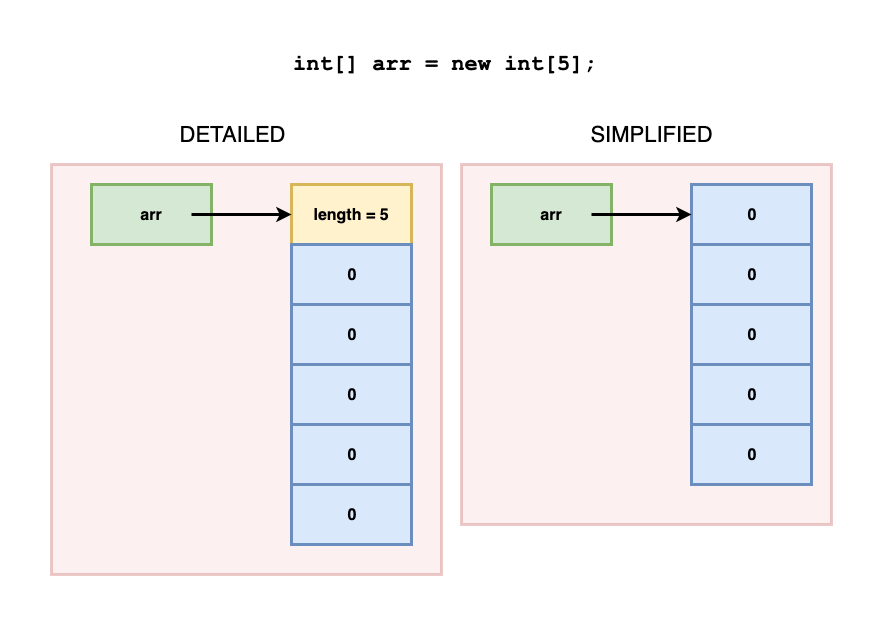
Above: assets/images/intArray.png in SoftwareTechnologyMQ/SoftwareTechnologyMQ.github.io (draw.io), before the change. Source tidied: cells renumbered, new cells last; positions are measured from the earlier drawing's top-left corner, leaving out a move shared by most shapes.
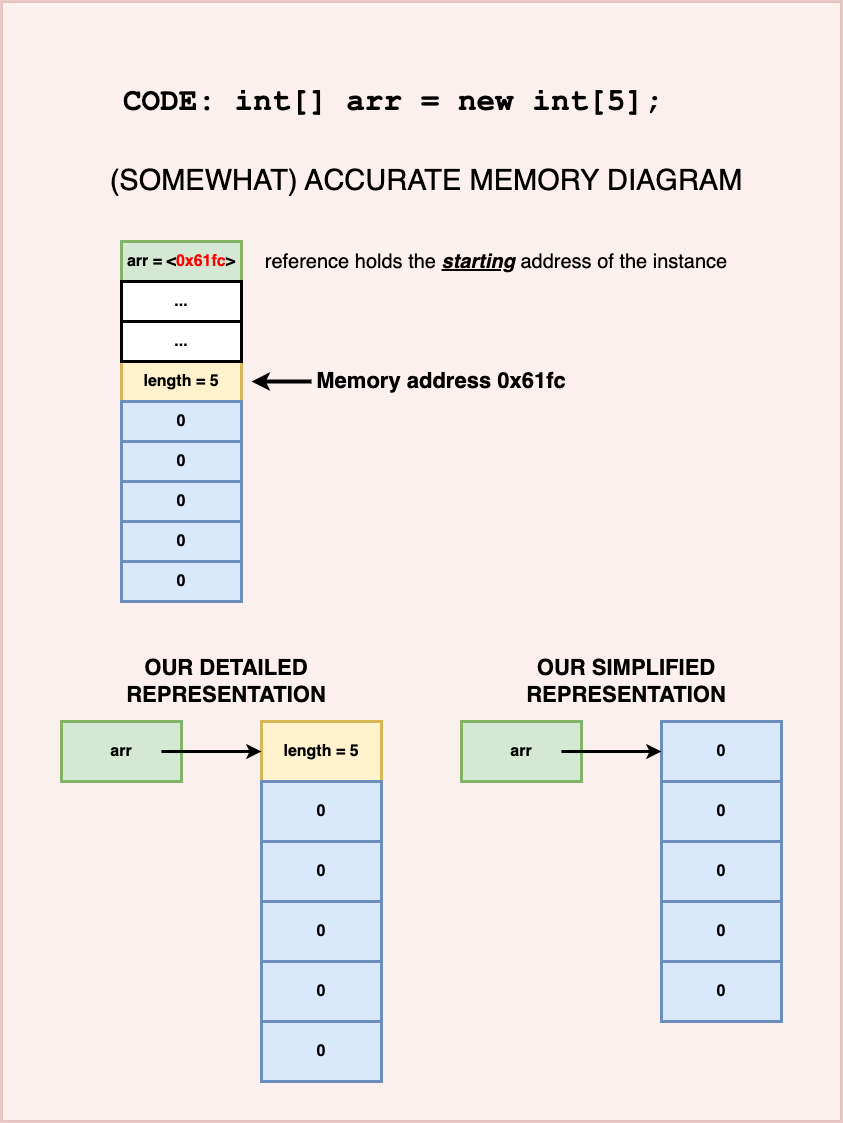
Above is the later version.

The edit, as a diff of the source:
```diff
@@ -3,13 +3,10 @@
     <mxCell id="0" />
     <mxCell id="1" parent="0" />
     <mxCell id="2" style="rounded=0;whiteSpace=wrap;html=1;strokeWidth=3;fontSize=22;opacity=30;fillColor=#f8cecc;strokeColor=#b85450;" parent="1" vertex="1">
-      <mxGeometry x="410" y="80" width="370" height="360" as="geometry" />
+      <mxGeometry x="-20" y="-620" width="840" height="1120" as="geometry" />
     </mxCell>
-    <mxCell id="3" style="rounded=0;whiteSpace=wrap;html=1;strokeWidth=3;fontSize=22;fillColor=#f8cecc;strokeColor=#b85450;opacity=30;" parent="1" vertex="1">
-      <mxGeometry y="80" width="390" height="410" as="geometry" />
-    </mxCell>
-    <mxCell id="4" value="&lt;font face=&quot;Courier New&quot; style=&quot;font-size: 22px&quot;&gt;&lt;b style=&quot;font-size: 22px&quot;&gt;&lt;span class=&quot;s1&quot; style=&quot;font-size: 22px&quot;&gt;int&lt;/span&gt;&lt;span class=&quot;s2&quot; style=&quot;font-size: 22px&quot;&gt;[]&lt;/span&gt;&lt;span class=&quot;s3&quot; style=&quot;font-size: 22px&quot;&gt; &lt;/span&gt;&lt;span class=&quot;s4&quot; style=&quot;font-size: 22px&quot;&gt;arr&amp;nbsp;&lt;/span&gt;&lt;/b&gt;&lt;/font&gt;&lt;b style=&quot;font-family: &amp;#34;courier new&amp;#34;&quot;&gt;&lt;span class=&quot;s5&quot;&gt;=&lt;/span&gt;&lt;span class=&quot;s3&quot;&gt;&amp;nbsp;new int[5]&lt;/span&gt;&lt;span class=&quot;s5&quot;&gt;;&lt;/span&gt;&lt;/b&gt;&lt;font face=&quot;Courier New&quot; style=&quot;font-size: 22px&quot;&gt;&lt;b style=&quot;font-size: 22px&quot;&gt;&lt;span class=&quot;s4&quot; style=&quot;font-size: 22px&quot;&gt;&lt;br&gt;&lt;/span&gt;&lt;/b&gt;&lt;/font&gt;&lt;p class=&quot;p1&quot; style=&quot;font-size: 22px&quot;&gt;&lt;font face=&quot;Courier New&quot; style=&quot;font-size: 22px&quot;&gt;&lt;b style=&quot;font-size: 22px&quot;&gt;&lt;span class=&quot;s3&quot; style=&quot;font-size: 22px&quot;&gt;&lt;/span&gt;&lt;/b&gt;&lt;/font&gt;&lt;/p&gt;&lt;font face=&quot;Courier New&quot; style=&quot;font-size: 22px&quot;&gt;&lt;b style=&quot;font-size: 22px&quot;&gt;&lt;br style=&quot;font-size: 22px&quot;&gt;&lt;/b&gt;&lt;/font&gt;&lt;p class=&quot;p2&quot; style=&quot;font-size: 22px&quot;&gt;&lt;font face=&quot;Courier New&quot; style=&quot;font-size: 22px&quot;&gt;&lt;b style=&quot;font-size: 22px&quot;&gt;&lt;span class=&quot;Apple-tab-span&quot; style=&quot;font-size: 22px&quot;&gt;&#9;&lt;/span&gt;&lt;span class=&quot;Apple-tab-span&quot; style=&quot;font-size: 22px&quot;&gt;&#9;&lt;/span&gt;&lt;/b&gt;&lt;/font&gt;&lt;/p&gt;" style="text;html=1;strokeColor=none;fillColor=none;align=left;verticalAlign=middle;whiteSpace=wrap;rounded=0;fontSize=22;" parent="1" vertex="1">
-      <mxGeometry x="240" width="450" height="30" as="geometry" />
+    <mxCell id="4" value="&lt;font face=&quot;Courier New&quot; style=&quot;font-size: 31px;&quot;&gt;&lt;b style=&quot;font-size: 31px;&quot;&gt;&lt;span class=&quot;s1&quot; style=&quot;font-size: 31px;&quot;&gt;CODE: int&lt;/span&gt;&lt;span class=&quot;s2&quot; style=&quot;font-size: 31px;&quot;&gt;[]&lt;/span&gt;&lt;span class=&quot;s3&quot; style=&quot;font-size: 31px;&quot;&gt; &lt;/span&gt;&lt;span class=&quot;s4&quot; style=&quot;font-size: 31px;&quot;&gt;arr&amp;nbsp;&lt;/span&gt;&lt;/b&gt;&lt;/font&gt;&lt;b style=&quot;font-family: &amp;quot;courier new&amp;quot;; font-size: 31px;&quot;&gt;&lt;span class=&quot;s5&quot; style=&quot;font-size: 31px;&quot;&gt;=&lt;/span&gt;&lt;span class=&quot;s3&quot; style=&quot;font-size: 31px;&quot;&gt;&amp;nbsp;new int[5]&lt;/span&gt;&lt;span class=&quot;s5&quot; style=&quot;font-size: 31px;&quot;&gt;;&lt;/span&gt;&lt;/b&gt;&lt;font face=&quot;Courier New&quot; style=&quot;font-size: 31px;&quot;&gt;&lt;b style=&quot;font-size: 31px;&quot;&gt;&lt;br style=&quot;font-size: 31px;&quot;&gt;&lt;/b&gt;&lt;/font&gt;&lt;p class=&quot;p2&quot; style=&quot;font-size: 31px;&quot;&gt;&lt;font face=&quot;Courier New&quot; style=&quot;font-size: 31px;&quot;&gt;&lt;b style=&quot;font-size: 31px;&quot;&gt;&lt;span class=&quot;Apple-tab-span&quot; style=&quot;font-size: 31px;&quot;&gt;&#9;&lt;/span&gt;&lt;span class=&quot;Apple-tab-span&quot; style=&quot;font-size: 31px;&quot;&gt;&#9;&lt;/span&gt;&lt;/b&gt;&lt;/font&gt;&lt;/p&gt;" style="text;html=1;strokeColor=none;fillColor=none;align=left;verticalAlign=middle;whiteSpace=wrap;rounded=0;fontSize=31;" parent="1" vertex="1">
+      <mxGeometry x="100" y="-530" width="635" height="50" as="geometry" />
     </mxCell>
     <mxCell id="5" value="arr" style="rounded=0;whiteSpace=wrap;html=1;fillColor=#d5e8d4;strokeColor=#82b366;strokeWidth=3;fontSize=16;fontStyle=1;" parent="1" vertex="1">
       <mxGeometry x="40" y="100" width="120" height="60" as="geometry" />
@@ -54,11 +51,11 @@
         <mxPoint x="540" y="130" as="sourcePoint" />
       </mxGeometry>
     </mxCell>
-    <mxCell id="18" value="DETAILED" style="text;html=1;strokeColor=none;fillColor=none;align=center;verticalAlign=middle;whiteSpace=wrap;rounded=0;fontSize=22;" parent="1" vertex="1">
-      <mxGeometry x="160" y="40" width="40" height="20" as="geometry" />
+    <mxCell id="18" value="OUR DETAILED REPRESENTATION" style="text;html=1;strokeColor=none;fillColor=none;align=center;verticalAlign=middle;whiteSpace=wrap;rounded=0;fontSize=22;fontStyle=1;" parent="1" vertex="1">
+      <mxGeometry x="40" y="50" width="330" height="20" as="geometry" />
     </mxCell>
-    <mxCell id="19" value="SIMPLIFIED" style="text;html=1;strokeColor=none;fillColor=none;align=center;verticalAlign=middle;whiteSpace=wrap;rounded=0;fontSize=22;" parent="1" vertex="1">
-      <mxGeometry x="580" y="40" width="40" height="20" as="geometry" />
+    <mxCell id="19" value="OUR SIMPLIFIED REPRESENTATION" style="text;html=1;strokeColor=none;fillColor=none;align=center;verticalAlign=middle;whiteSpace=wrap;rounded=0;fontSize=22;fontStyle=1;" parent="1" vertex="1">
+      <mxGeometry x="430" y="50" width="350" height="20" as="geometry" />
     </mxCell>
     <mxCell id="20" value="0" style="rounded=0;whiteSpace=wrap;html=1;fillColor=#dae8fc;strokeColor=#6c8ebf;strokeWidth=3;fontSize=16;fontStyle=1;" parent="1" vertex="1">
       <mxGeometry x="640" y="340" width="120" height="60" as="geometry" />
@@ -66,5 +63,47 @@
     <mxCell id="21" value="0" style="rounded=0;whiteSpace=wrap;html=1;fillColor=#dae8fc;strokeColor=#6c8ebf;strokeWidth=3;fontSize=16;fontStyle=1;" parent="1" vertex="1">
       <mxGeometry x="240" y="400" width="120" height="60" as="geometry" />
     </mxCell>
+    <mxCell id="22" value="length = 5" style="rounded=0;whiteSpace=wrap;html=1;strokeWidth=3;fontSize=16;fontStyle=1;fillColor=#fff2cc;strokeColor=#d6b656;" parent="1" vertex="1">
+      <mxGeometry x="100" y="-260" width="120" height="40" as="geometry" />
+    </mxCell>
+    <mxCell id="23" value="0" style="rounded=0;whiteSpace=wrap;html=1;strokeWidth=3;fontSize=16;fontStyle=1;fillColor=#dae8fc;strokeColor=#6c8ebf;" parent="1" vertex="1">
+      <mxGeometry x="100" y="-220" width="120" height="40" as="geometry" />
+    </mxCell>
+    <mxCell id="24" value="0" style="rounded=0;whiteSpace=wrap;html=1;strokeWidth=3;fontSize=16;fontStyle=1;fillColor=#dae8fc;strokeColor=#6c8ebf;" parent="1" vertex="1">
+      <mxGeometry x="100" y="-100" width="120" height="40" as="geometry" />
+    </mxCell>
+    <mxCell id="25" value="0" style="rounded=0;whiteSpace=wrap;html=1;strokeWidth=3;fontSize=16;fontStyle=1;fillColor=#dae8fc;strokeColor=#6c8ebf;" parent="1" vertex="1">
+      <mxGeometry x="100" y="-140" width="120" height="40" as="geometry" />
+    </mxCell>
+    <mxCell id="26" value="0" style="rounded=0;whiteSpace=wrap;html=1;strokeWidth=3;fontSize=16;fontStyle=1;fillColor=#dae8fc;strokeColor=#6c8ebf;" parent="1" vertex="1">
+      <mxGeometry x="100" y="-180" width="120" height="40" as="geometry" />
+    </mxCell>
+    <mxCell id="27" value="0" style="rounded=0;whiteSpace=wrap;html=1;strokeWidth=3;fontSize=16;fontStyle=1;fillColor=#dae8fc;strokeColor=#6c8ebf;" parent="1" vertex="1">
+      <mxGeometry x="100" y="-60" width="120" height="40" as="geometry" />
+    </mxCell>
+    <mxCell id="28" value="arr = &amp;lt;&lt;font color=&quot;#ff0000&quot;&gt;0x61fc&lt;/font&gt;&amp;gt;" style="rounded=0;whiteSpace=wrap;html=1;strokeWidth=3;fontSize=16;fontStyle=1;fillColor=#d5e8d4;strokeColor=#82b366;" parent="1" vertex="1">
+      <mxGeometry x="100" y="-380" width="120" height="40" as="geometry" />
+    </mxCell>
+    <mxCell id="29" value="..." style="rounded=0;whiteSpace=wrap;html=1;strokeWidth=3;fontSize=16;fontStyle=1;" parent="1" vertex="1">
+      <mxGeometry x="100" y="-340" width="120" height="40" as="geometry" />
+    </mxCell>
+    <mxCell id="30" value="..." style="rounded=0;whiteSpace=wrap;html=1;strokeWidth=3;fontSize=16;fontStyle=1;" parent="1" vertex="1">
+      <mxGeometry x="100" y="-300" width="120" height="40" as="geometry" />
+    </mxCell>
+    <mxCell id="31" style="endArrow=classic;html=1;rounded=0;strokeWidth=4;" parent="1" edge="1">
+      <mxGeometry relative="1" as="geometry">
+        <mxPoint x="290" y="-240" as="sourcePoint" />
+        <mxPoint x="230" y="-240" as="targetPoint" />
+      </mxGeometry>
+    </mxCell>
+    <mxCell id="32" value="reference holds the &lt;b&gt;&lt;u&gt;&lt;i&gt;starting&lt;/i&gt;&lt;/u&gt;&lt;/b&gt; address of the instance" style="text;html=1;strokeColor=none;fillColor=none;align=center;verticalAlign=middle;whiteSpace=wrap;rounded=0;fontSize=20;" parent="1" vertex="1">
+      <mxGeometry x="240" y="-375" width="470" height="30" as="geometry" />
+    </mxCell>
+    <mxCell id="33" value="(SOMEWHAT) ACCURATE MEMORY DIAGRAM" style="text;html=1;strokeColor=none;fillColor=none;align=center;verticalAlign=middle;whiteSpace=wrap;rounded=0;fontSize=29;" parent="1" vertex="1">
+      <mxGeometry x="75" y="-450" width="660" height="20" as="geometry" />
+    </mxCell>
+    <mxCell id="34" value="Memory address 0x61fc" style="text;html=1;strokeColor=none;fillColor=none;align=center;verticalAlign=middle;whiteSpace=wrap;rounded=0;fontSize=22;fontStyle=1;" parent="1" vertex="1">
+      <mxGeometry x="290" y="-250" width="260" height="20" as="geometry" />
+    </mxCell>
   </root>
 </mxGraphModel>
```
